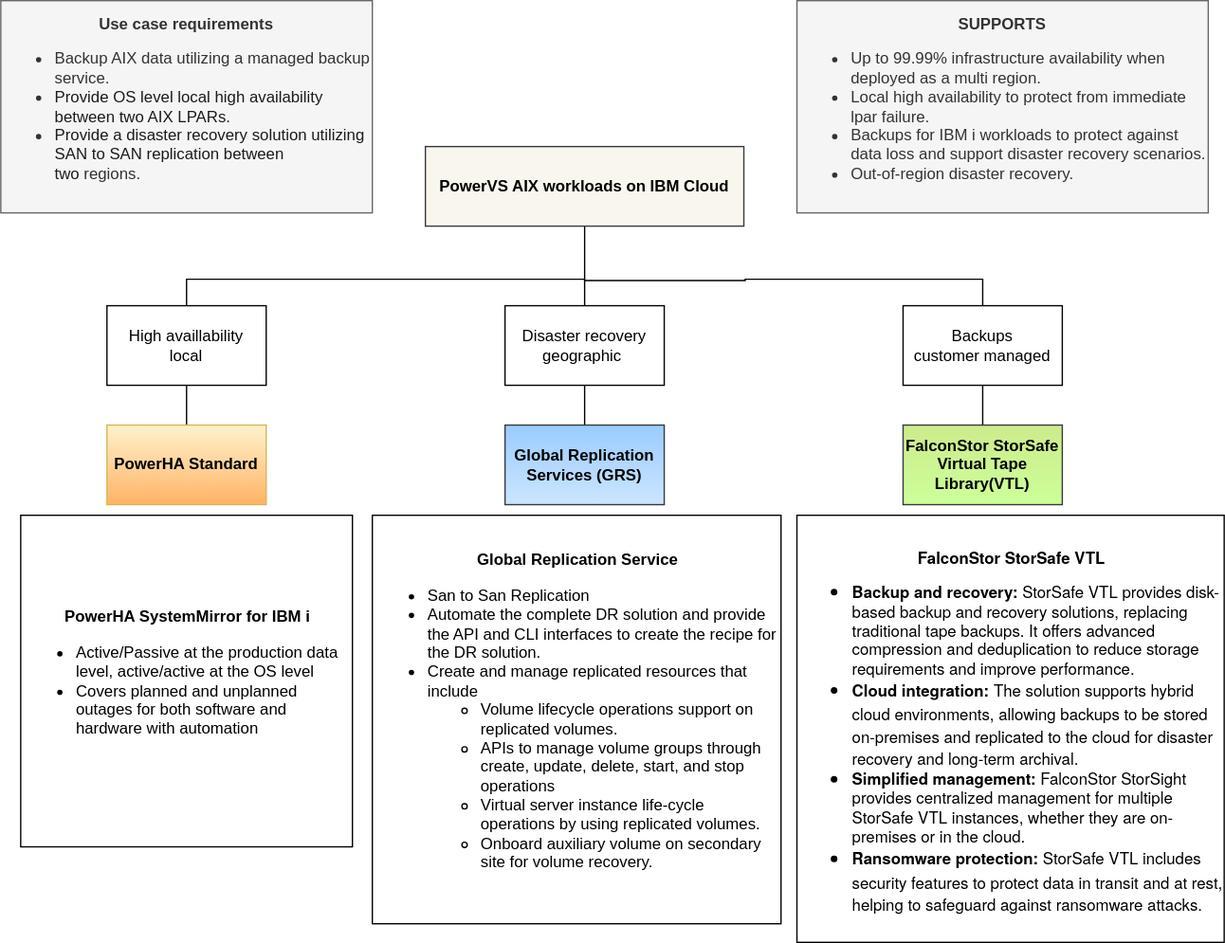
This is images/usecase.svg from ibm-cloud-docs/pattern-pvs-ibmi-resiliency, a draw.io export, as it was before one commit. Source tidied: cells renumbered, new cells last; positions are measured from the earlier drawing's top-left corner, leaving out a move shared by most shapes.
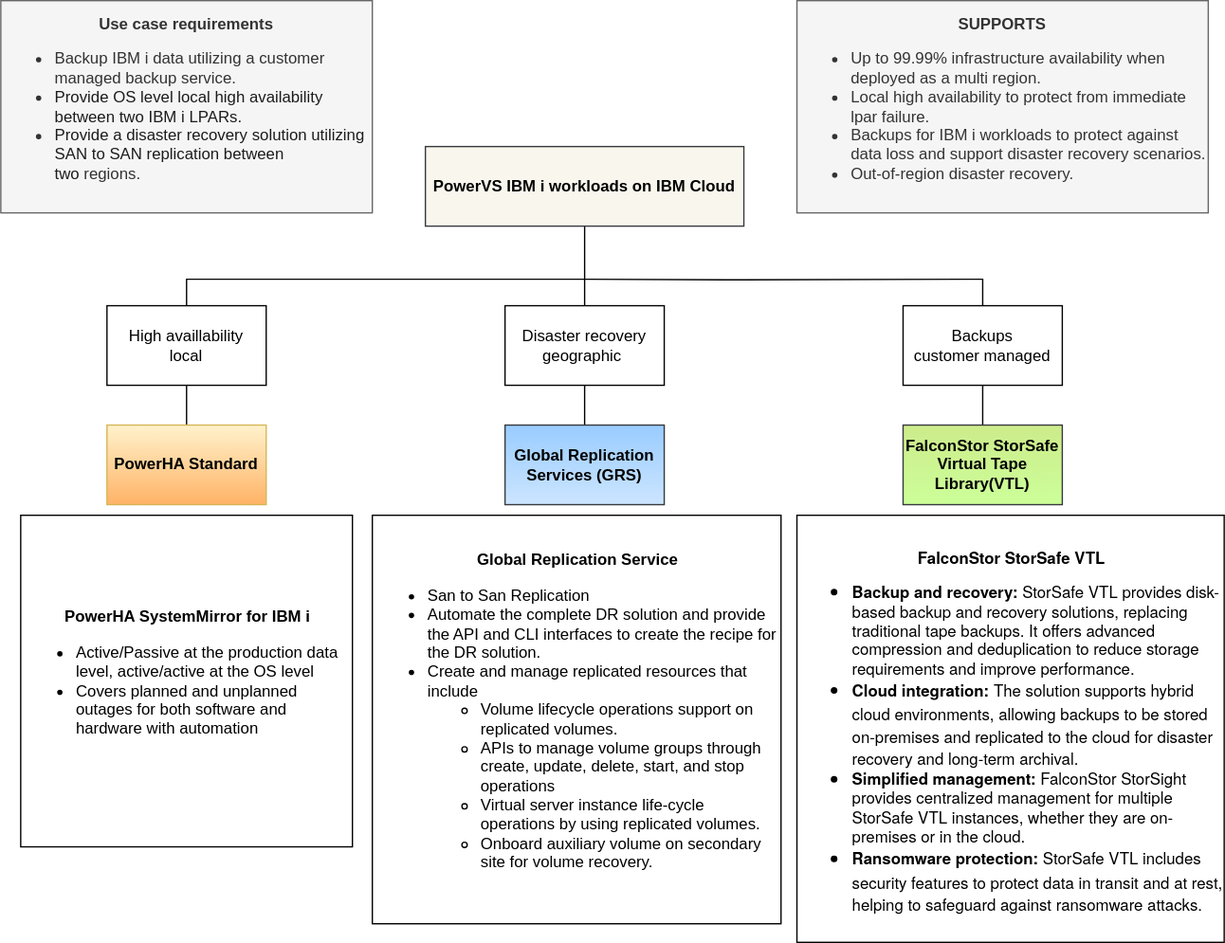
The same file after the commit.

Diff of the diagram source:
```diff
@@ -7,18 +7,12 @@
         <mxPoint x="440" y="210" as="targetPoint" />
       </mxGeometry>
     </mxCell>
-    <mxCell id="3" value="PowerVS AIX workloads on IBM Cloud" style="rounded=0;whiteSpace=wrap;html=1;fillColor=#f9f7ed;strokeColor=#36393d;fontStyle=1;" parent="1" vertex="1">
+    <mxCell id="3" value="PowerVS IBM i workloads on IBM Cloud" style="rounded=0;whiteSpace=wrap;html=1;fillColor=#f9f7ed;strokeColor=#36393d;fontStyle=1;" parent="1" vertex="1">
       <mxGeometry x="320" y="110" width="240" height="60" as="geometry" />
     </mxCell>
-    <mxCell id="4" style="edgeStyle=orthogonalEdgeStyle;rounded=0;jettySize=auto;html=1;entryX=0.5;entryY=0;entryDx=0;entryDy=0;endArrow=none;endFill=0;" parent="1" edge="1" target="8">
+    <mxCell id="4" style="rounded=0;jettySize=auto;html=1;entryX=0.5;entryY=0;entryDx=0;entryDy=0;endArrow=none;endFill=0;edgeStyle=orthogonalEdgeStyle;" parent="1" edge="1" target="8">
       <mxGeometry relative="1" as="geometry">
         <mxPoint x="440" y="210" as="sourcePoint" />
-        <Array as="points">
-          <mxPoint x="440" y="211" />
-          <mxPoint x="561" y="211" />
-          <mxPoint x="561" y="210" />
-          <mxPoint x="740" y="210" />
-        </Array>
       </mxGeometry>
     </mxCell>
     <mxCell id="5" value="Disaster recovery&lt;br&gt;geographic&amp;nbsp;" style="rounded=0;whiteSpace=wrap;html=1;" parent="1" vertex="1">
@@ -65,7 +59,7 @@
     <mxCell id="17" value="&lt;div style=&quot;text-align: center;&quot;&gt;&lt;b style=&quot;font-family: &amp;quot;Helvetica Neue&amp;quot;; background-color: initial; text-align: left;&quot;&gt;&lt;br&gt;&lt;/b&gt;&lt;/div&gt;&lt;b style=&quot;background-color: initial; font-family: &amp;quot;Helvetica Neue&amp;quot;;&quot;&gt;&lt;div style=&quot;text-align: center;&quot;&gt;&lt;b style=&quot;background-color: initial;&quot;&gt;FalconStor StorSafe VTL&lt;/b&gt;&lt;/div&gt;&lt;/b&gt;&lt;span style=&quot;background-color: initial; font-family: &amp;quot;Helvetica Neue&amp;quot;;&quot;&gt;&lt;ul style=&quot;&quot;&gt;&lt;li style=&quot;&quot;&gt;&lt;b style=&quot;font-weight: bold; background-color: initial; font-family: &amp;quot;Helvetica Neue&amp;quot;;&quot;&gt;Backup and recovery&lt;/b&gt;&lt;span style=&quot;background-color: initial; font-family: &amp;quot;Helvetica Neue&amp;quot;;&quot;&gt;&lt;b&gt;: &lt;/b&gt;StorSafe VTL provides disk-based backup and recovery solutions, replacing traditional tape backups. It offers advanced compression and deduplication to reduce storage requirements and improve performance.&lt;/span&gt;&lt;/li&gt;&lt;li style=&quot;&quot;&gt;&lt;p style=&quot;background-color: initial; margin: 0px; font-variant-numeric: normal; font-variant-east-asian: normal; font-variant-alternates: normal; font-size-adjust: none; font-kerning: auto; font-optical-sizing: auto; font-feature-settings: normal; font-variation-settings: normal; font-variant-position: normal; font-stretch: normal; line-height: normal; font-family: &amp;quot;Helvetica Neue&amp;quot;; display: inline !important;&quot; class=&quot;p1&quot;&gt;&lt;b style=&quot;font-weight: bold;&quot;&gt;Cloud integration&lt;/b&gt;&lt;b&gt;: &lt;/b&gt;The solution supports hybrid cloud environments, allowing backups to be stored on-premises and replicated to the cloud for disaster recovery and long-term archival.&lt;/p&gt;&lt;/li&gt;&lt;li style=&quot;&quot;&gt;&lt;b style=&quot;font-weight: bold; background-color: initial;&quot;&gt;Simplified management&lt;/b&gt;&lt;span style=&quot;background-color: initial;&quot;&gt;&lt;b&gt;: &lt;/b&gt;FalconStor StorSight provides centralized management for multiple StorSafe VTL instances, whether they are on-premises or in the cloud.&lt;/span&gt;&lt;br&gt;&lt;/li&gt;&lt;li style=&quot;&quot;&gt;&lt;p style=&quot;background-color: initial; margin: 0px; font-variant-numeric: normal; font-variant-east-asian: normal; font-variant-alternates: normal; font-size-adjust: none; font-kerning: auto; font-optical-sizing: auto; font-feature-settings: normal; font-variation-settings: normal; font-variant-position: normal; font-stretch: normal; line-height: normal; font-family: &amp;quot;Helvetica Neue&amp;quot;; min-height: 15px;&quot; class=&quot;p2&quot;&gt;&lt;b style=&quot;font-weight: bold; background-color: initial;&quot;&gt;Ransomware protection&lt;/b&gt;&lt;span style=&quot;background-color: initial;&quot;&gt;&lt;b&gt;: &lt;/b&gt;StorSafe VTL includes security features to protect data in transit and at rest, helping to safeguard against ransomware attacks.&lt;/span&gt;&lt;br&gt;&lt;/p&gt;&lt;/li&gt;&lt;/ul&gt;&lt;/span&gt;&lt;div style=&quot;text-align: center;&quot;&gt;&lt;/div&gt;" style="whiteSpace=wrap;html=1;align=left;" parent="1" vertex="1">
       <mxGeometry x="600" y="388" width="322" height="322" as="geometry" />
     </mxCell>
-    <mxCell id="18" value="&lt;font style=&quot;font-size: 12px;&quot;&gt;&lt;b&gt;Use case requirements&lt;br&gt;&lt;/b&gt;&lt;/font&gt;&lt;p style=&quot;&quot; class=&quot;MsoNormal&quot;&gt;&lt;/p&gt;&lt;div style=&quot;text-align: left;&quot;&gt;&lt;ul style=&quot;&quot;&gt;&lt;li style=&quot;&quot;&gt;&lt;font style=&quot;font-size: 12px;&quot;&gt;&lt;span style=&quot;background-color: initial;&quot;&gt;&lt;font style=&quot;font-size: 12px;&quot;&gt;Backup AIX data&amp;nbsp;&lt;/font&gt;&lt;/span&gt;&lt;span style=&quot;background-color: initial;&quot;&gt;utilizing a managed backup service.&lt;/span&gt;&lt;/font&gt;&lt;/li&gt;&lt;li style=&quot;&quot;&gt;&lt;font style=&quot;font-size: 12px;&quot;&gt;&lt;span style=&quot;background-color: initial; color: rgb(29, 28, 29);&quot;&gt;Provide OS level local high&amp;nbsp;&lt;/span&gt;&lt;span style=&quot;background-color: initial; color: rgb(29, 28, 29);&quot;&gt;availability between two AIX LPARs.&lt;/span&gt;&lt;/font&gt;&lt;/li&gt;&lt;li style=&quot;&quot;&gt;&lt;font style=&quot;font-size: 12px;&quot;&gt;&lt;span style=&quot;background-color: initial; color: rgb(29, 28, 29); text-indent: -0.5in;&quot;&gt;Provide&amp;nbsp;&lt;/span&gt;&lt;span style=&quot;background-color: initial; text-indent: -0.5in; color: rgb(29, 28, 29);&quot;&gt;a disaster recovery solution utilizing SAN to SAN replication between two&amp;nbsp;&lt;/span&gt;regions.&lt;/font&gt;&lt;/li&gt;&lt;/ul&gt;&lt;/div&gt;&lt;p&gt;&lt;/p&gt;" style="text;html=1;align=center;verticalAlign=middle;whiteSpace=wrap;rounded=0;fillColor=#f5f5f5;strokeColor=#666666;fontColor=#333333;" parent="1" vertex="1">
+    <mxCell id="18" value="&lt;font style=&quot;font-size: 12px;&quot;&gt;&lt;b&gt;Use case requirements&lt;br&gt;&lt;/b&gt;&lt;/font&gt;&lt;p style=&quot;&quot; class=&quot;MsoNormal&quot;&gt;&lt;/p&gt;&lt;div style=&quot;text-align: left;&quot;&gt;&lt;ul style=&quot;&quot;&gt;&lt;li style=&quot;&quot;&gt;&lt;font style=&quot;font-size: 12px;&quot;&gt;&lt;span style=&quot;background-color: initial;&quot;&gt;&lt;font style=&quot;font-size: 12px;&quot;&gt;Backup IBM i data&amp;nbsp;&lt;/font&gt;&lt;/span&gt;&lt;span style=&quot;background-color: initial;&quot;&gt;utilizing a customer managed backup service.&lt;/span&gt;&lt;/font&gt;&lt;/li&gt;&lt;li style=&quot;&quot;&gt;&lt;font style=&quot;font-size: 12px;&quot;&gt;&lt;span style=&quot;background-color: initial; color: rgb(29, 28, 29);&quot;&gt;Provide OS level local high&amp;nbsp;&lt;/span&gt;&lt;span style=&quot;background-color: initial; color: rgb(29, 28, 29);&quot;&gt;availability between two IBM i LPARs.&lt;/span&gt;&lt;/font&gt;&lt;/li&gt;&lt;li style=&quot;&quot;&gt;&lt;font style=&quot;font-size: 12px;&quot;&gt;&lt;span style=&quot;background-color: initial; color: rgb(29, 28, 29); text-indent: -0.5in;&quot;&gt;Provide&amp;nbsp;&lt;/span&gt;&lt;span style=&quot;background-color: initial; text-indent: -0.5in; color: rgb(29, 28, 29);&quot;&gt;a disaster recovery solution utilizing SAN to SAN replication between two&amp;nbsp;&lt;/span&gt;regions.&lt;/font&gt;&lt;/li&gt;&lt;/ul&gt;&lt;/div&gt;&lt;p&gt;&lt;/p&gt;" style="text;html=1;align=center;verticalAlign=middle;whiteSpace=wrap;rounded=0;fillColor=#f5f5f5;strokeColor=#666666;fontColor=#333333;" parent="1" vertex="1">
       <mxGeometry width="280" height="160" as="geometry" />
     </mxCell>
     <mxCell id="19" value="&lt;div style=&quot;&quot;&gt;&lt;b&gt;SUPPORTS&lt;/b&gt;&lt;/div&gt;&lt;div style=&quot;text-align: left;&quot;&gt;&lt;div&gt;&lt;ul&gt;&lt;li&gt;Up to 99.99% infrastructure availability when deployed as a multi region.&lt;/li&gt;&lt;li&gt;Local high availability to protect from immediate lpar failure.&lt;/li&gt;&lt;li&gt;Backups for IBM i workloads to protect against data loss and support&amp;nbsp;&lt;span style=&quot;background-color: initial;&quot;&gt;disaster recovery scenarios.&lt;/span&gt;&lt;/li&gt;&lt;li&gt;Out-of-region disaster recovery.&lt;/li&gt;&lt;/ul&gt;&lt;/div&gt;&lt;/div&gt;&lt;p style=&quot;&quot; class=&quot;MsoNormal&quot;&gt;&lt;span style=&quot;color: rgb(29, 28, 29);&quot;&gt;&lt;/span&gt;&lt;/p&gt;&lt;p&gt;&lt;/p&gt;" style="text;html=1;align=center;verticalAlign=middle;whiteSpace=wrap;rounded=0;fillColor=#f5f5f5;strokeColor=#666666;fontColor=#333333;" parent="1" vertex="1">
```
